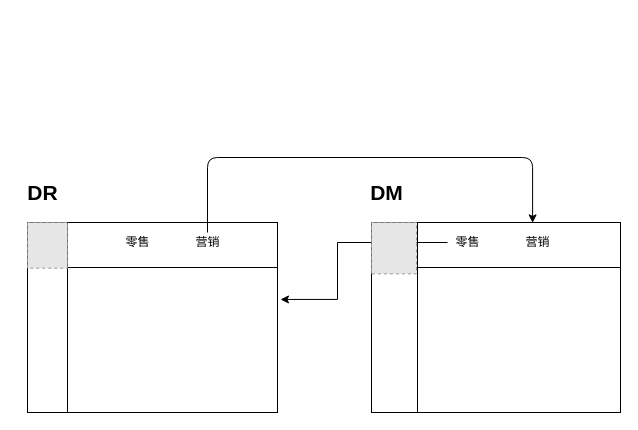
This is dx.drawio from jackie19/draw.io, a draw.io file, before an edit. Source tidied: cells renumbered, new cells numbered last; positions are measured from the earlier drawing's top-left corner, leaving out a move shared by most shapes. Both pictures are drawn from the tidied source at 100%, with x=0, y=0 at pixel (17, 157). Pictures stored in the file or linked from it are replaced by grey dashed boxes.
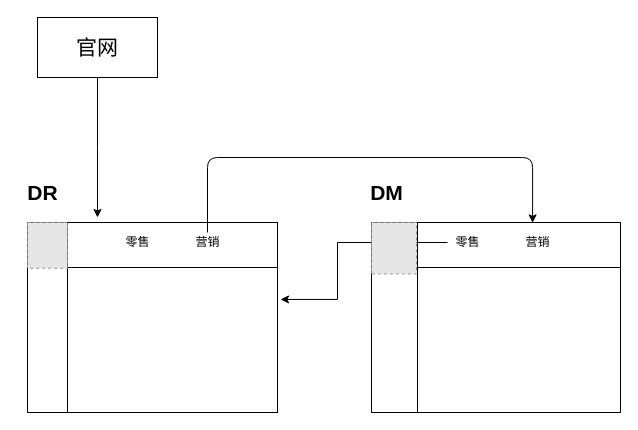
The same diagram, later.

Change to the diagram source:
```diff
@@
 <mxGraphModel>
   <root>
     <mxCell id="0" />
     <mxCell id="1" parent="0" />
     <mxCell id="2" style="shape=internalStorage;whiteSpace=wrap;html=1;backgroundOutline=1;dx=40;dy=45;" parent="1" vertex="1">
       <mxGeometry x="10" y="65" width="250" height="190" as="geometry" />
     </mxCell>
     <mxCell id="3" value="零售" style="text;html=1;align=center;verticalAlign=middle;" parent="1" vertex="1">
       <mxGeometry x="100" y="75" width="40" height="20" as="geometry" />
     </mxCell>
     <mxCell id="4" value="营销" style="text;html=1;align=center;verticalAlign=middle;points=[];" parent="1" vertex="1">
       <mxGeometry x="170" y="75" width="40" height="20" as="geometry" />
     </mxCell>
     <mxCell id="5" value="DR" style="text;html=1;align=center;verticalAlign=middle;fontStyle=1;fontSize=21;" parent="1" vertex="1">
       <mxGeometry y="20" width="50" height="30" as="geometry" />
     </mxCell>
     <mxCell id="6" style="shape=internalStorage;whiteSpace=wrap;html=1;backgroundOutline=1;dx=46;dy=45;" parent="1" vertex="1">
       <mxGeometry x="354" y="65" width="249" height="190" as="geometry" />
     </mxCell>
     <mxCell id="7" style="edgeStyle=elbowEdgeStyle;rounded=0;jettySize=auto;html=1;entryX=1.012;entryY=0.405;entryDx=0;entryDy=0;entryPerimeter=0;fontSize=21;" parent="1" edge="1" source="8" target="2">
       <mxGeometry relative="1" as="geometry">
         <Array as="points">
           <mxPoint x="320" y="110" />
         </Array>
       </mxGeometry>
     </mxCell>
     <mxCell id="8" value="零售" style="text;html=1;align=center;verticalAlign=middle;points=[];" parent="1" vertex="1">
       <mxGeometry x="430" y="75" width="40" height="20" as="geometry" />
     </mxCell>
     <mxCell id="9" value="营销" style="text;html=1;align=center;verticalAlign=middle;" parent="1" vertex="1">
       <mxGeometry x="500" y="75" width="40" height="20" as="geometry" />
     </mxCell>
     <mxCell id="10" value="DM" style="text;html=1;align=center;verticalAlign=middle;fontStyle=1;fontSize=21;" parent="1" vertex="1">
       <mxGeometry x="344" y="20" width="50" height="30" as="geometry" />
     </mxCell>
     <mxCell id="11" style="edgeStyle=orthogonalEdgeStyle;elbow=vertical;endArrow=classic;html=1;fontSize=21;entryX=0.647;entryY=0.002;entryDx=0;entryDy=0;entryPerimeter=0;" parent="1" edge="1" source="4" target="6">
       <mxGeometry relative="1" as="geometry">
         <Array as="points">
           <mxPoint x="190" />
           <mxPoint x="516" />
         </Array>
       </mxGeometry>
     </mxCell>
     <mxCell id="12" style="fillColor=#E6E6E6;strokeColor=#999999;dashed=1;verticalLabelPosition=bottom;labelBackgroundColor=#ffffff;verticalAlign=top;" parent="1" vertex="1">
       <mxGeometry x="10" y="65" width="40" height="45.7" as="geometry" />
     </mxCell>
     <mxCell id="13" style="fillColor=#E6E6E6;strokeColor=#999999;dashed=1;verticalLabelPosition=bottom;labelBackgroundColor=#ffffff;verticalAlign=top;" parent="1" vertex="1">
       <mxGeometry x="354" y="65" width="45" height="51.4" as="geometry" />
     </mxCell>
+    <mxCell id="14" style="edgeStyle=elbowEdgeStyle;rounded=0;jettySize=auto;html=1;fontSize=21;" parent="1" edge="1" source="15">
+      <mxGeometry relative="1" as="geometry">
+        <mxPoint x="80" y="60" as="targetPoint" />
+      </mxGeometry>
+    </mxCell>
+    <mxCell id="15" value="官网" style="whiteSpace=wrap;html=1;align=center;newEdgeStyle={&quot;edgeStyle&quot;:&quot;elbowEdgeStyle&quot;,&quot;startArrow&quot;:&quot;none&quot;,&quot;endArrow&quot;:&quot;none&quot;};fontSize=21;" parent="1" vertex="1">
+      <mxGeometry x="20" y="-140" width="120" height="60" as="geometry" />
+    </mxCell>
   </root>
 </mxGraphModel>
```
